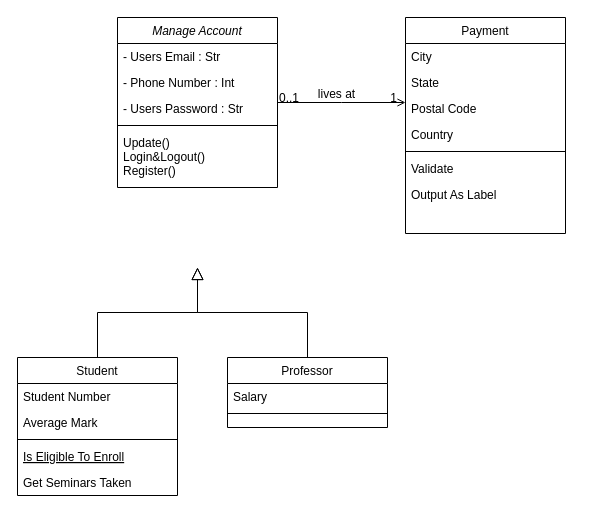
Before: classdiagram.drawio in ROSYIDAN/flow-chart, a draw.io diagram. Source tidied: cells renumbered, new cells numbered last; positions are measured from the earlier drawing's top-left corner, leaving out a move shared by most shapes. Both pictures are drawn from the tidied source at 100%, with x=0, y=0 at pixel (17, 17).
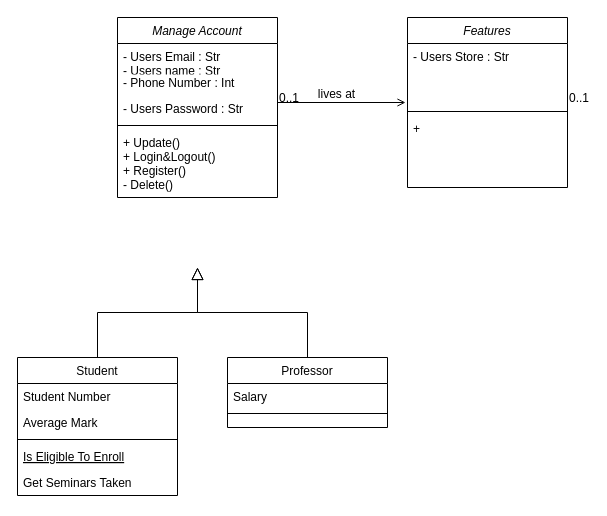
Above is the later version.

What changed in the source:
```diff
@@
     <mxCell id="2" value="Manage Account" style="swimlane;fontStyle=2;align=center;verticalAlign=top;horizontal=1;startSize=26;rounded=0;shadow=0;strokeWidth=1;" parent="1" vertex="1">
-      <mxGeometry x="100" width="160" height="170" as="geometry" />
+      <mxGeometry x="100" width="160" height="180" as="geometry" />
     </mxCell>
-    <mxCell id="3" value="- Users Email : Str" style="text;align=left;verticalAlign=top;spacingLeft=4;spacingRight=4;overflow=hidden;" parent="2" vertex="1">
+    <mxCell id="3" value="- Users Email : Str&#10;- Users name : Str" style="text;align=left;verticalAlign=top;spacingLeft=4;spacingRight=4;overflow=hidden;" parent="2" vertex="1">
       <mxGeometry y="26" width="160" height="26" as="geometry" />
     </mxCell>
@@
-    <mxCell id="7" value="Update()&#10;Login&amp;Logout()&#10;Register()" style="text;align=left;verticalAlign=top;spacingLeft=4;spacingRight=4;overflow=hidden;" parent="2" vertex="1">
-      <mxGeometry y="112" width="160" height="58" as="geometry" />
+    <mxCell id="7" value="+ Update()&#10;+ Login&amp;Logout()&#10;+ Register()&#10;- Delete() " style="text;align=left;verticalAlign=top;spacingLeft=4;spacingRight=4;overflow=hidden;" parent="2" vertex="1">
+      <mxGeometry y="112" width="160" height="68" as="geometry" />
     </mxCell>
@@
-    <mxCell id="19" value="Payment" style="swimlane;fontStyle=0;align=center;verticalAlign=top;horizontal=1;startSize=26;rounded=0;shadow=0;strokeWidth=1;" parent="1" vertex="1">
-      <mxGeometry x="388" width="160" height="216" as="geometry" />
-    </mxCell>
-    <mxCell id="20" value="City" style="text;align=left;verticalAlign=top;spacingLeft=4;spacingRight=4;overflow=hidden;rounded=0;shadow=0;html=0;" parent="19" vertex="1">
-      <mxGeometry y="26" width="160" height="26" as="geometry" />
-    </mxCell>
-    <mxCell id="21" value="State" style="text;align=left;verticalAlign=top;spacingLeft=4;spacingRight=4;overflow=hidden;rounded=0;shadow=0;html=0;" parent="19" vertex="1">
-      <mxGeometry y="52" width="160" height="26" as="geometry" />
-    </mxCell>
-    <mxCell id="22" value="Postal Code" style="text;align=left;verticalAlign=top;spacingLeft=4;spacingRight=4;overflow=hidden;rounded=0;shadow=0;html=0;" parent="19" vertex="1">
-      <mxGeometry y="78" width="160" height="26" as="geometry" />
-    </mxCell>
-    <mxCell id="23" value="Country" style="text;align=left;verticalAlign=top;spacingLeft=4;spacingRight=4;overflow=hidden;rounded=0;shadow=0;html=0;" parent="19" vertex="1">
-      <mxGeometry y="104" width="160" height="26" as="geometry" />
-    </mxCell>
-    <mxCell id="24" style="line;html=1;strokeWidth=1;align=left;verticalAlign=middle;spacingTop=-1;spacingLeft=3;spacingRight=3;labelPosition=right;" parent="19" vertex="1">
-      <mxGeometry y="130" width="160" height="8" as="geometry" />
-    </mxCell>
-    <mxCell id="25" value="Validate" style="text;align=left;verticalAlign=top;spacingLeft=4;spacingRight=4;overflow=hidden;" parent="19" vertex="1">
-      <mxGeometry y="138" width="160" height="26" as="geometry" />
-    </mxCell>
-    <mxCell id="26" value="Output As Label" style="text;align=left;verticalAlign=top;spacingLeft=4;spacingRight=4;overflow=hidden;" parent="19" vertex="1">
-      <mxGeometry y="164" width="160" height="26" as="geometry" />
-    </mxCell>
-    <mxCell id="27" style="endArrow=open;shadow=0;strokeWidth=1;rounded=0;endFill=1;edgeStyle=elbowEdgeStyle;elbow=vertical;" parent="1" edge="1" source="2" target="19">
+    <mxCell id="27" style="endArrow=open;shadow=0;strokeWidth=1;rounded=0;endFill=1;edgeStyle=elbowEdgeStyle;elbow=vertical;" parent="1" edge="1" source="2">
       <mxGeometry x="0.5" y="41" relative="1" as="geometry">
+        <mxPoint x="388" y="85.2" as="targetPoint" />
         <mxPoint x="-40" y="32" as="offset" />
       </mxGeometry>
     </mxCell>
@@
-    <mxCell id="29" value="1" style="align=right;verticalAlign=bottom;labelBackgroundColor=none;fontSize=12;" parent="27" vertex="1">
-      <mxGeometry x="1" relative="1" as="geometry">
-        <mxPoint x="-7" y="4" as="offset" />
-      </mxGeometry>
-    </mxCell>
@@
+    <mxCell id="31" value="Features" style="swimlane;fontStyle=2;align=center;verticalAlign=top;horizontal=1;startSize=26;rounded=0;shadow=0;strokeWidth=1;" parent="1" vertex="1">
+      <mxGeometry x="390" width="160" height="170" as="geometry" />
+    </mxCell>
+    <mxCell id="32" value="- Users Store : Str&#10;&#10;&#10;" style="text;align=left;verticalAlign=top;spacingLeft=4;spacingRight=4;overflow=hidden;" parent="31" vertex="1">
+      <mxGeometry y="26" width="160" height="64" as="geometry" />
+    </mxCell>
+    <mxCell id="33" style="line;html=1;strokeWidth=1;align=left;verticalAlign=middle;spacingTop=-1;spacingLeft=3;spacingRight=3;labelPosition=right;" parent="31" vertex="1">
+      <mxGeometry y="90" width="160" height="8" as="geometry" />
+    </mxCell>
+    <mxCell id="34" value="+ " style="text;align=left;verticalAlign=top;spacingLeft=4;spacingRight=4;overflow=hidden;" parent="31" vertex="1">
+      <mxGeometry y="98" width="160" height="58" as="geometry" />
+    </mxCell>
+    <mxCell id="35" value="0..1" style="align=left;verticalAlign=bottom;labelBackgroundColor=none;fontSize=12;" parent="1" vertex="1">
+      <mxGeometry x="550" y="89.2" as="geometry" />
+    </mxCell>
```
